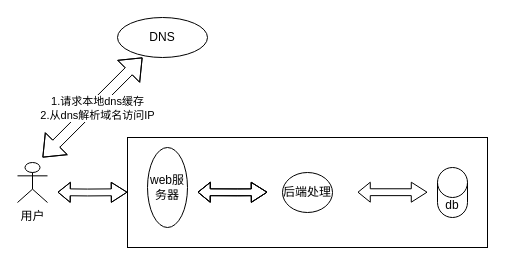
The draw.io diagram 网站从1到10亿架构演进.drawio in yintianyugithub/frameworkeDesin, before the edit. Source tidied: cells renumbered, new cells numbered last; positions are measured from the earlier drawing's top-left corner, leaving out a move shared by most shapes. Both pictures are drawn from the tidied source at 100%, with x=0, y=0 at pixel (17, 17).
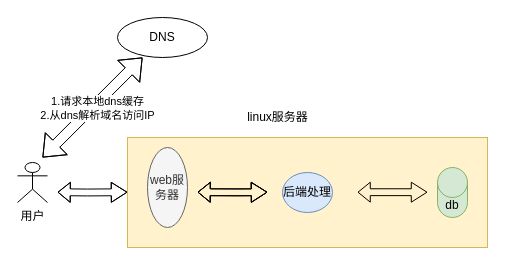
After the change.

Commit message (it also covers changes not shown here):
更新网站从1到10亿架构演进.drawio

The edit, as a diff of the source:
```diff
@@
-    <mxCell id="2" style="whiteSpace=wrap;html=1;" parent="1" vertex="1">
+    <mxCell id="2" style="whiteSpace=wrap;html=1;fillColor=#fff2cc;strokeColor=#d6b656;" parent="1" vertex="1">
       <mxGeometry x="110" y="120" width="360" height="110" as="geometry" />
     </mxCell>
@@
-    <mxCell id="7" value="db" style="shape=cylinder3;whiteSpace=wrap;html=1;boundedLbl=1;backgroundOutline=1;size=15;" parent="1" vertex="1">
+    <mxCell id="7" value="db" style="shape=cylinder3;whiteSpace=wrap;html=1;boundedLbl=1;backgroundOutline=1;size=15;fillColor=#d5e8d4;strokeColor=#82b366;" parent="1" vertex="1">
       <mxGeometry x="420" y="150" width="30" height="50" as="geometry" />
     </mxCell>
-    <mxCell id="8" value="后端处理" style="ellipse;whiteSpace=wrap;html=1;" parent="1" vertex="1">
+    <mxCell id="8" value="后端处理" style="ellipse;whiteSpace=wrap;html=1;fillColor=#dae8fc;strokeColor=#6c8ebf;" parent="1" vertex="1">
       <mxGeometry x="265" y="155" width="50" height="40" as="geometry" />
     </mxCell>
-    <mxCell id="9" value="web服务器" style="ellipse;whiteSpace=wrap;html=1;" parent="1" vertex="1">
+    <mxCell id="9" value="web服务器" style="ellipse;whiteSpace=wrap;html=1;fillColor=#f5f5f5;fontColor=#333333;strokeColor=#666666;" parent="1" vertex="1">
       <mxGeometry x="130" y="130" width="40" height="80" as="geometry" />
     </mxCell>
@@
+    <mxCell id="14" value="linux服务器" style="text;html=1;align=center;verticalAlign=middle;strokeColor=none;fillColor=none;" parent="1" vertex="1">
+      <mxGeometry x="220" y="85" width="80" height="30" as="geometry" />
+    </mxCell>
```
